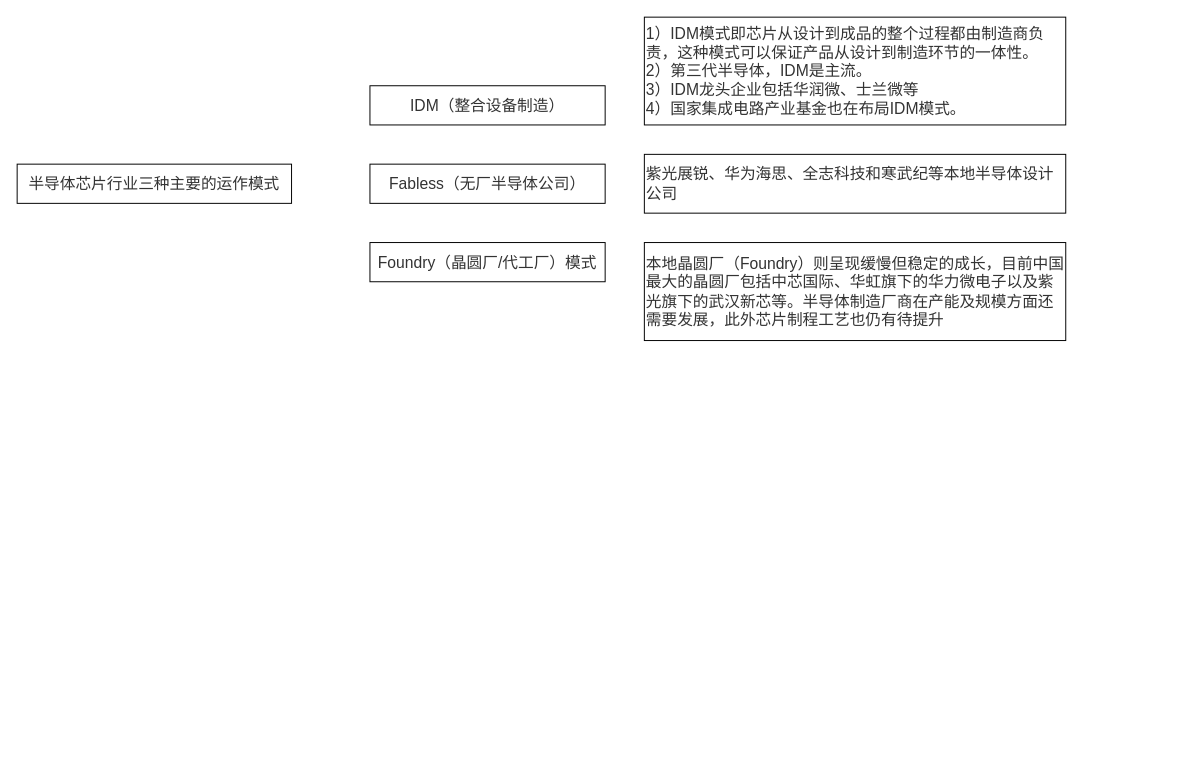
Above: 半导体.drawio in chenrushui/draw (draw.io), before the change. Source tidied: cells renumbered, new cells numbered last; positions are measured from the earlier drawing's top-left corner, leaving out a move shared by most shapes. Both pictures are drawn from the tidied source at 98%, with x=0, y=0 at pixel (17, 17).
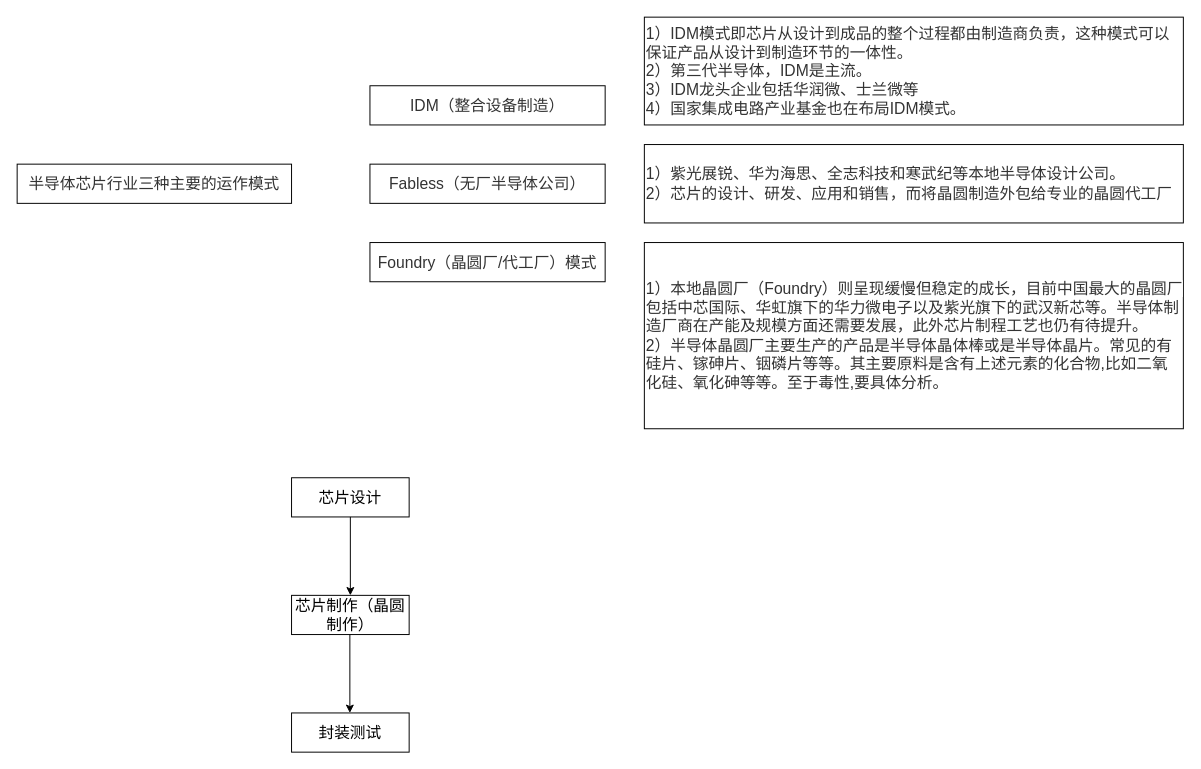
Above is the later version.

The edit, as a diff of the source:
```diff
@@
 <mxGraphModel>
   <root>
     <mxCell id="0" />
     <mxCell id="1" parent="0" />
     <mxCell id="2" value="&lt;span style=&quot;color: rgb(51 , 51 , 51) ; font-family: &amp;#34;arial&amp;#34; ; font-size: 16px ; background-color: rgb(255 , 255 , 255)&quot;&gt;半导体芯片行业三种主要的运作模式&lt;/span&gt;" style="rounded=0;whiteSpace=wrap;html=1;" parent="1" vertex="1">
       <mxGeometry y="150" width="280" height="40" as="geometry" />
     </mxCell>
     <mxCell id="3" value="&lt;span style=&quot;color: rgb(51 , 51 , 51) ; font-family: &amp;#34;arial&amp;#34; ; font-size: 16px ; background-color: rgb(255 , 255 , 255)&quot;&gt;IDM（整合设备制造）&lt;/span&gt;" style="rounded=0;whiteSpace=wrap;html=1;" parent="1" vertex="1">
       <mxGeometry x="360" y="70" width="240" height="40" as="geometry" />
     </mxCell>
     <mxCell id="4" value="&lt;span style=&quot;color: rgb(51 , 51 , 51) ; font-family: &amp;#34;arial&amp;#34; ; font-size: 16px ; background-color: rgb(255 , 255 , 255)&quot;&gt;Fabless（无厂半导体公司）&lt;/span&gt;" style="rounded=0;whiteSpace=wrap;html=1;" parent="1" vertex="1">
       <mxGeometry x="360" y="150" width="240" height="40" as="geometry" />
     </mxCell>
     <mxCell id="5" value="&lt;span style=&quot;color: rgb(51 , 51 , 51) ; font-family: &amp;#34;arial&amp;#34; ; font-size: 16px ; background-color: rgb(255 , 255 , 255)&quot;&gt;Foundry（晶圆厂/代工厂）模式&lt;/span&gt;" style="rounded=0;whiteSpace=wrap;html=1;" parent="1" vertex="1">
       <mxGeometry x="360" y="230" width="240" height="40" as="geometry" />
     </mxCell>
     <mxCell id="6" value="&lt;span style=&quot;color: rgb(51 , 51 , 51) ; font-family: &amp;#34;arial&amp;#34; ; font-size: 16px ; background-color: rgb(255 , 255 , 255)&quot;&gt;1）IDM模式即芯片从设计到成品的整个过程都由制造商负责，这种模式可以保证产品从设计到制造环节的一体性。&lt;br&gt;2）&lt;/span&gt;&lt;span style=&quot;color: rgb(51 , 51 , 51) ; font-family: &amp;#34;arial&amp;#34; ; font-size: 16px ; background-color: rgb(255 , 255 , 255)&quot;&gt;第三代半导体，IDM是主流。&lt;br&gt;&lt;/span&gt;&lt;span style=&quot;color: rgb(51 , 51 , 51) ; font-family: &amp;#34;arial&amp;#34; ; font-size: 16px ; background-color: rgb(255 , 255 , 255)&quot;&gt;3）&lt;/span&gt;&lt;span style=&quot;color: rgb(51 , 51 , 51) ; font-family: &amp;#34;arial&amp;#34; ; font-size: 16px ; background-color: rgb(255 , 255 , 255)&quot;&gt;IDM龙头企业包括华润微、士兰微等&lt;br&gt;&lt;/span&gt;&lt;span style=&quot;color: rgb(51 , 51 , 51) ; font-family: &amp;#34;arial&amp;#34; ; font-size: 16px ; background-color: rgb(255 , 255 , 255)&quot;&gt;4）&lt;/span&gt;&lt;span style=&quot;color: rgb(51 , 51 , 51) ; font-family: &amp;#34;arial&amp;#34; ; font-size: 16px ; background-color: rgb(255 , 255 , 255)&quot;&gt;国家集成电路产业基金也在布局IDM模式。&lt;/span&gt;&lt;span style=&quot;color: rgb(51 , 51 , 51) ; font-family: &amp;#34;arial&amp;#34; ; font-size: 16px ; background-color: rgb(255 , 255 , 255)&quot;&gt;&lt;br&gt;&lt;/span&gt;" style="rounded=0;whiteSpace=wrap;html=1;align=left;" parent="1" vertex="1">
-      <mxGeometry x="640" width="430" height="110" as="geometry" />
+      <mxGeometry x="640" width="550" height="110" as="geometry" />
     </mxCell>
-    <mxCell id="7" value="&lt;span style=&quot;color: rgb(51 , 51 , 51) ; font-family: &amp;#34;arial&amp;#34; ; font-size: 16px ; background-color: rgb(255 , 255 , 255)&quot;&gt;紫光展锐、华为海思、全志科技和寒武纪等本地半导体设计公司&lt;/span&gt;" style="rounded=0;whiteSpace=wrap;html=1;align=left;" parent="1" vertex="1">
-      <mxGeometry x="640" y="140" width="430" height="60" as="geometry" />
+    <mxCell id="7" value="&lt;font style=&quot;font-size: 16px&quot;&gt;&lt;span style=&quot;color: rgb(51 , 51 , 51) ; font-family: &amp;#34;arial&amp;#34; ; background-color: rgb(255 , 255 , 255)&quot;&gt;1）紫光展锐、华为海思、全志科技和寒武纪等本地半导体设计公司。&lt;br&gt;&lt;/span&gt;&lt;span style=&quot;color: rgb(51 , 51 , 51) ; text-indent: 28px ; background-color: rgb(255 , 255 , 255)&quot;&gt;2）芯片的设计、研发、应用和销售，而将晶圆制造外包给专业的晶圆代工厂&lt;/span&gt;&lt;/font&gt;&lt;span style=&quot;color: rgb(51 , 51 , 51) ; font-family: &amp;#34;arial&amp;#34; ; font-size: 16px ; background-color: rgb(255 , 255 , 255)&quot;&gt;&lt;br&gt;&lt;/span&gt;" style="rounded=0;whiteSpace=wrap;html=1;align=left;" parent="1" vertex="1">
+      <mxGeometry x="640" y="130" width="550" height="80" as="geometry" />
     </mxCell>
-    <mxCell id="8" value="&lt;span style=&quot;color: rgb(51 , 51 , 51) ; font-family: &amp;#34;arial&amp;#34; ; font-size: 16px ; background-color: rgb(255 , 255 , 255)&quot;&gt;本地晶圆厂（Foundry）则呈现缓慢但稳定的成长，目前中国最大的晶圆厂包括中芯国际、华虹旗下的华力微电子以及紫光旗下的武汉新芯等。半导体制造厂商在产能及规模方面还需要发展，此外芯片制程工艺也仍有待提升&lt;/span&gt;" style="rounded=0;whiteSpace=wrap;html=1;align=left;" parent="1" vertex="1">
-      <mxGeometry x="640" y="230" width="430" height="100" as="geometry" />
+    <mxCell id="8" value="&lt;font style=&quot;font-size: 16px&quot;&gt;&lt;span style=&quot;color: rgb(51 , 51 , 51) ; font-family: &amp;#34;arial&amp;#34; ; background-color: rgb(255 , 255 , 255)&quot;&gt;1）本地晶圆厂（Foundry）则呈现缓慢但稳定的成长，目前中国最大的晶圆厂包括中芯国际、华虹旗下的华力微电子以及紫光旗下的武汉新芯等。半导体制造厂商在产能及规模方面还需要发展，此外芯片制程工艺也仍有待提升。&lt;br&gt;&lt;/span&gt;&lt;span style=&quot;color: rgb(51 , 51 , 51) ; font-family: &amp;#34;arial&amp;#34; , sans-serif ; text-align: justify ; background-color: rgb(255 , 255 , 255)&quot;&gt;2）半导体晶圆厂主要生产的产品是半导体晶体棒或是半导体晶片。常见的有硅片、镓砷片、铟磷片等等。其主要原料是含有上述元素的化合物,比如二氧化硅、氧化砷等等。至于毒性,要具体分析。&lt;/span&gt;&lt;/font&gt;&lt;span style=&quot;color: rgb(51 , 51 , 51) ; font-family: &amp;#34;arial&amp;#34; ; font-size: 16px ; background-color: rgb(255 , 255 , 255)&quot;&gt;&lt;br&gt;&lt;/span&gt;" style="rounded=0;whiteSpace=wrap;html=1;align=left;" parent="1" vertex="1">
+      <mxGeometry x="640" y="230" width="550" height="190" as="geometry" />
     </mxCell>
+    <mxCell id="9" value="&lt;font style=&quot;font-size: 16px&quot;&gt;芯片设计&lt;/font&gt;" style="rounded=0;whiteSpace=wrap;html=1;align=center;" parent="1" vertex="1">
+      <mxGeometry x="280" y="470" width="120" height="40" as="geometry" />
+    </mxCell>
+    <mxCell id="10" value="&lt;font style=&quot;font-size: 16px&quot;&gt;芯片制作（晶圆制作）&lt;/font&gt;" style="rounded=0;whiteSpace=wrap;html=1;align=center;" parent="1" vertex="1">
+      <mxGeometry x="280" y="590" width="120" height="40" as="geometry" />
+    </mxCell>
+    <mxCell id="11" value="&lt;font style=&quot;font-size: 16px&quot;&gt;封装测试&lt;/font&gt;" style="rounded=0;whiteSpace=wrap;html=1;align=center;" parent="1" vertex="1">
+      <mxGeometry x="280" y="710" width="120" height="40" as="geometry" />
+    </mxCell>
+    <mxCell id="12" style="endArrow=classic;html=1;exitX=0.5;exitY=1;exitDx=0;exitDy=0;entryX=0.5;entryY=0;entryDx=0;entryDy=0;" parent="1" edge="1" source="9" target="10">
+      <mxGeometry relative="1" as="geometry" />
+    </mxCell>
+    <mxCell id="13" style="endArrow=classic;html=1;exitX=0.5;exitY=1;exitDx=0;exitDy=0;entryX=0.5;entryY=0;entryDx=0;entryDy=0;" parent="1" edge="1">
+      <mxGeometry relative="1" as="geometry">
+        <mxPoint x="339.5" y="630" as="sourcePoint" />
+        <mxPoint x="339.5" y="710" as="targetPoint" />
+      </mxGeometry>
+    </mxCell>
   </root>
 </mxGraphModel>
```
